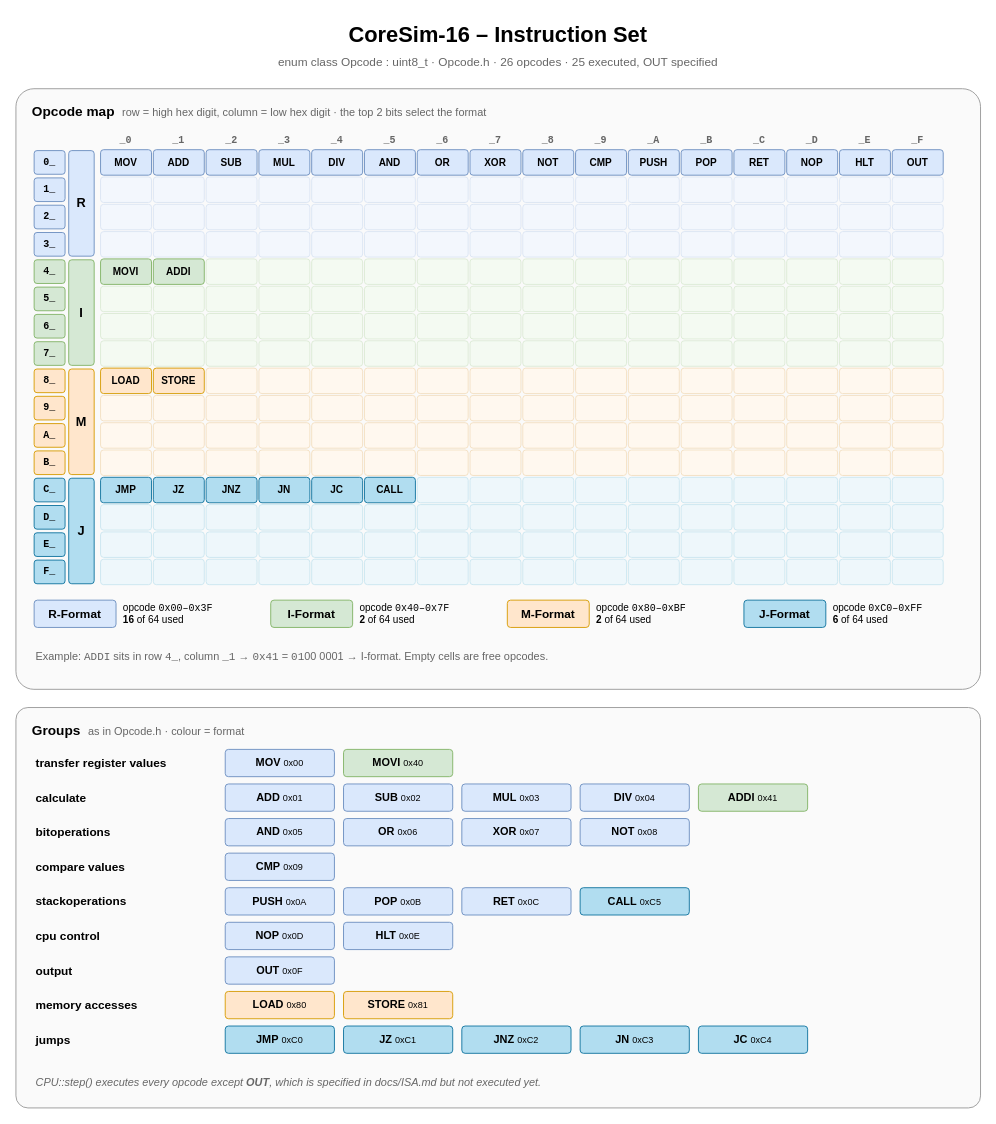
Earlier version of the draw.io diagram diagrams/isa.drawio (kpolet2010-hue/CoreSim). Source tidied: cells renumbered, new cells numbered last; positions are measured from the earlier drawing's top-left corner, leaving out a move shared by most shapes. Both pictures are drawn from the tidied source at 91%, with x=0, y=0 at pixel (15, 15).
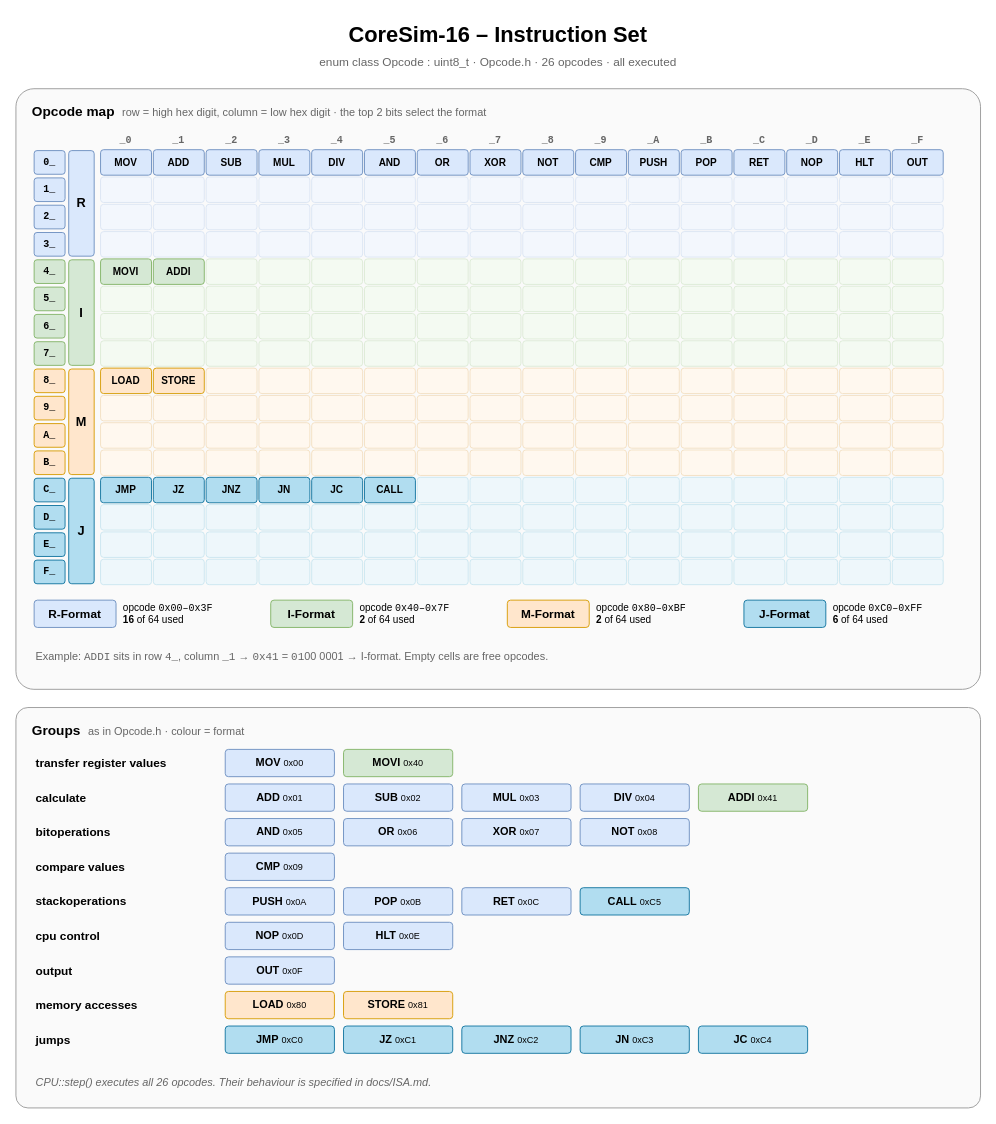
Above is the later version.

The edit, as a diff of the source:
```diff
@@
-    <mxCell id="3" value="enum class Opcode : uint8_t &amp;middot; Opcode.h &amp;middot; 26 opcodes &amp;middot; 25 executed, OUT specified" style="text;html=1;strokeColor=none;fillColor=none;whiteSpace=wrap;fontFamily=Helvetica;fontSize=13;fontColor=#666666;align=center;" parent="1" vertex="1">
+    <mxCell id="3" value="enum class Opcode : uint8_t &amp;middot; Opcode.h &amp;middot; 26 opcodes &amp;middot; all executed" style="text;html=1;strokeColor=none;fillColor=none;whiteSpace=wrap;fontFamily=Helvetica;fontSize=13;fontColor=#666666;align=center;" parent="1" vertex="1">
       <mxGeometry y="36" width="1060" height="24" as="geometry" />
     </mxCell>
@@
-    <mxCell id="342" value="&lt;i&gt;CPU::step() executes every opcode except &lt;b&gt;OUT&lt;/b&gt;, which is specified in docs/ISA.md but not executed yet.&lt;/i&gt;" style="text;html=1;strokeColor=none;fillColor=none;whiteSpace=wrap;fontFamily=Helvetica;fontSize=12;fontColor=#666666;align=left;" parent="1" vertex="1">
+    <mxCell id="342" value="&lt;i&gt;CPU::step() executes all 26 opcodes. Their behaviour is specified in docs/ISA.md.&lt;/i&gt;" style="text;html=1;strokeColor=none;fillColor=none;whiteSpace=wrap;fontFamily=Helvetica;fontSize=12;fontColor=#666666;align=left;" parent="1" vertex="1">
       <mxGeometry x="20" y="1158" width="1020" height="24" as="geometry" />
     </mxCell>
```
